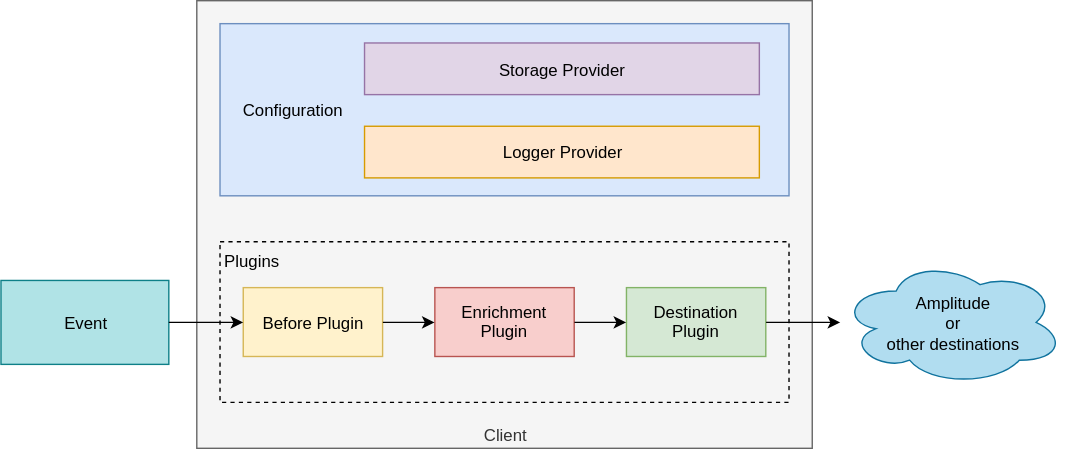
This is docs/assets/images/data-next-gen-sdk-architecture.drawio.svg from Amplitude-Developer-Docs/amplitude-dev-center, a draw.io export, as it was before one commit. Source tidied: cells renumbered, new cells last; positions are measured from the earlier drawing's top-left corner, leaving out a move shared by most shapes.
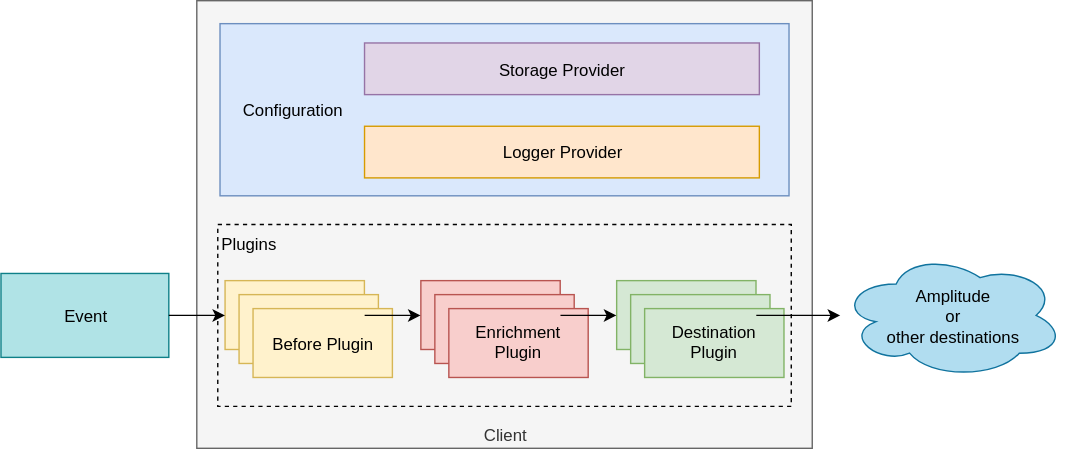
Above is the later version.

Commit message:
multiple plugins in diagram

The edit, as a diff of the source:
```diff
@@ -2,53 +2,77 @@
   <root>
     <mxCell id="0" />
     <mxCell id="1" parent="0" />
-    <mxCell id="2" style="group;" parent="1" vertex="1">
-      <mxGeometry width="760" height="320" as="geometry" />
-    </mxCell>
-    <mxCell id="3" value="Event" style="rounded=0;whiteSpace=wrap;html=1;fillColor=#b0e3e6;align=center;strokeColor=#0e8088;" parent="2" vertex="1">
-      <mxGeometry y="200" width="120" height="60" as="geometry" />
+    <mxCell id="3" value="Event" style="rounded=0;whiteSpace=wrap;html=1;fillColor=#b0e3e6;align=center;strokeColor=#0e8088;" parent="1" vertex="1">
+      <mxGeometry y="195" width="120" height="60" as="geometry" />
     </mxCell>
-    <mxCell id="4" value="Amplitude&lt;br&gt;or&lt;br&gt;other destinations" style="ellipse;shape=cloud;whiteSpace=wrap;html=1;fillColor=#b1ddf0;align=center;strokeColor=#10739e;" parent="2" vertex="1">
-      <mxGeometry x="600" y="185" width="160" height="90" as="geometry" />
+    <mxCell id="4" value="Amplitude&lt;br&gt;or&lt;br&gt;other destinations" style="ellipse;shape=cloud;whiteSpace=wrap;html=1;fillColor=#b1ddf0;align=center;strokeColor=#10739e;" parent="1" vertex="1">
+      <mxGeometry x="600" y="180" width="160" height="90" as="geometry" />
     </mxCell>
-    <mxCell id="5" style="group;" parent="2" vertex="1">
-      <mxGeometry x="140" width="440" height="320" as="geometry" />
-    </mxCell>
-    <mxCell id="6" value="Client" style="rounded=0;whiteSpace=wrap;html=1;fillColor=#f5f5f5;strokeColor=#666666;fontColor=#333333;verticalAlign=bottom;" parent="5" vertex="1">
-      <mxGeometry width="440" height="320" as="geometry" />
+    <mxCell id="6" value="Client" style="rounded=0;whiteSpace=wrap;html=1;fillColor=#f5f5f5;strokeColor=#666666;fontColor=#333333;verticalAlign=bottom;" parent="1" vertex="1">
+      <mxGeometry x="140" width="440" height="320" as="geometry" />
     </mxCell>
-    <mxCell id="7" value="&amp;nbsp; &amp;nbsp; Configuration" style="rounded=0;whiteSpace=wrap;html=1;fillColor=#dae8fc;strokeColor=#6c8ebf;verticalAlign=middle;align=left;" parent="5" vertex="1">
-      <mxGeometry x="16.6" y="16.4" width="406.8" height="123.1" as="geometry" />
+    <mxCell id="7" value="&amp;nbsp; &amp;nbsp; Configuration" style="rounded=0;whiteSpace=wrap;html=1;fillColor=#dae8fc;strokeColor=#6c8ebf;verticalAlign=middle;align=left;" parent="1" vertex="1">
+      <mxGeometry x="156.6" y="16.4" width="406.8" height="123.1" as="geometry" />
     </mxCell>
-    <mxCell id="8" value="Storage Provider" style="rounded=0;whiteSpace=wrap;html=1;fillColor=#e1d5e7;align=center;strokeColor=#9673a6;" parent="5" vertex="1">
-      <mxGeometry x="119.9" y="30.2" width="282.3" height="36.9" as="geometry" />
+    <mxCell id="8" value="Storage Provider" style="rounded=0;whiteSpace=wrap;html=1;fillColor=#e1d5e7;align=center;strokeColor=#9673a6;" parent="1" vertex="1">
+      <mxGeometry x="259.9" y="30.2" width="282.3" height="36.9" as="geometry" />
     </mxCell>
-    <mxCell id="9" value="Logger Provider" style="rounded=0;whiteSpace=wrap;html=1;fillColor=#ffe6cc;align=center;strokeColor=#d79b00;" parent="5" vertex="1">
-      <mxGeometry x="119.9" y="89.8" width="282.3" height="36.9" as="geometry" />
+    <mxCell id="9" value="Logger Provider" style="rounded=0;whiteSpace=wrap;html=1;fillColor=#ffe6cc;align=center;strokeColor=#d79b00;" parent="1" vertex="1">
+      <mxGeometry x="259.9" y="89.8" width="282.3" height="36.9" as="geometry" />
     </mxCell>
-    <mxCell id="10" value="Plugins" style="rounded=0;whiteSpace=wrap;html=1;align=left;gradientColor=none;fillColor=none;dashed=1;verticalAlign=top;" parent="5" vertex="1">
-      <mxGeometry x="16.6" y="172.3" width="406.8" height="114.9" as="geometry" />
+    <mxCell id="10" value="Plugins" style="rounded=0;whiteSpace=wrap;html=1;align=left;gradientColor=none;fillColor=none;dashed=1;verticalAlign=top;" parent="1" vertex="1">
+      <mxGeometry x="155" y="160" width="410" height="130" as="geometry" />
     </mxCell>
+    <mxCell id="18" style="group;" parent="1" vertex="1">
+      <mxGeometry x="160.2" y="200.1" width="399.6" height="69.2" as="geometry" />
+    </mxCell>
+    <mxCell id="19" style="group;" parent="18" vertex="1">
+      <mxGeometry width="119.6" height="69.2" as="geometry" />
+    </mxCell>
-    <mxCell id="11" value="Before Plugin" style="rounded=0;whiteSpace=wrap;html=1;align=center;fillColor=#fff2cc;strokeColor=#d6b656;" parent="5" vertex="1">
-      <mxGeometry x="33.2" y="205.1" width="99.6" height="49.2" as="geometry" />
+    <mxCell id="11" value="Before Plugin" style="rounded=0;whiteSpace=wrap;html=1;align=center;fillColor=#fff2cc;strokeColor=#d6b656;" parent="19" vertex="1">
+      <mxGeometry width="99.6" height="49.2" as="geometry" />
     </mxCell>
+    <mxCell id="2" value="Before Plugin" style="rounded=0;whiteSpace=wrap;html=1;align=center;fillColor=#fff2cc;strokeColor=#d6b656;" parent="19" vertex="1">
+      <mxGeometry x="10" y="10" width="99.6" height="49.2" as="geometry" />
+    </mxCell>
+    <mxCell id="20" value="Before Plugin" style="rounded=0;whiteSpace=wrap;html=1;align=center;fillColor=#fff2cc;strokeColor=#d6b656;" parent="19" vertex="1">
+      <mxGeometry x="20" y="20" width="99.6" height="49.2" as="geometry" />
+    </mxCell>
+    <mxCell id="21" style="group;" parent="18" vertex="1">
+      <mxGeometry x="140" width="119.6" height="69.2" as="geometry" />
+    </mxCell>
-    <mxCell id="12" value="Enrichment Plugin" style="rounded=0;whiteSpace=wrap;html=1;align=center;fillColor=#f8cecc;strokeColor=#b85450;" parent="5" vertex="1">
-      <mxGeometry x="170.2" y="205.1" width="99.6" height="49.2" as="geometry" />
+    <mxCell id="12" value="Enrichment Plugin" style="rounded=0;whiteSpace=wrap;html=1;align=center;fillColor=#f8cecc;strokeColor=#b85450;" parent="21" vertex="1">
+      <mxGeometry width="99.6" height="49.2" as="geometry" />
     </mxCell>
+    <mxCell id="22" value="Enrichment Plugin" style="rounded=0;whiteSpace=wrap;html=1;align=center;fillColor=#f8cecc;strokeColor=#b85450;" parent="21" vertex="1">
+      <mxGeometry x="10" y="10" width="99.6" height="49.2" as="geometry" />
+    </mxCell>
+    <mxCell id="23" value="Enrichment Plugin" style="rounded=0;whiteSpace=wrap;html=1;align=center;fillColor=#f8cecc;strokeColor=#b85450;" parent="21" vertex="1">
+      <mxGeometry x="20" y="20" width="99.6" height="49.2" as="geometry" />
+    </mxCell>
+    <mxCell id="24" style="group;" parent="18" vertex="1">
+      <mxGeometry x="280" width="119.6" height="69.2" as="geometry" />
+    </mxCell>
+    <mxCell id="14" value="Destination Plugin" style="rounded=0;whiteSpace=wrap;html=1;align=center;fillColor=#d5e8d4;strokeColor=#82b366;" parent="24" vertex="1">
+      <mxGeometry width="99.6" height="49.2" as="geometry" />
+    </mxCell>
+    <mxCell id="25" value="Destination Plugin" style="rounded=0;whiteSpace=wrap;html=1;align=center;fillColor=#d5e8d4;strokeColor=#82b366;" parent="24" vertex="1">
+      <mxGeometry x="10" y="10" width="99.6" height="49.2" as="geometry" />
+    </mxCell>
+    <mxCell id="26" value="Destination Plugin" style="rounded=0;whiteSpace=wrap;html=1;align=center;fillColor=#d5e8d4;strokeColor=#82b366;" parent="24" vertex="1">
+      <mxGeometry x="20" y="20" width="99.6" height="49.2" as="geometry" />
+    </mxCell>
-    <mxCell id="13" style="edgeStyle=orthogonalEdgeStyle;rounded=0;jettySize=auto;html=1;exitX=1;exitY=0.5;exitDx=0;exitDy=0;entryX=0;entryY=0.5;entryDx=0;entryDy=0;" parent="5" edge="1" source="11" target="12">
+    <mxCell id="13" style="edgeStyle=orthogonalEdgeStyle;rounded=0;jettySize=auto;html=1;exitX=1;exitY=0.5;exitDx=0;exitDy=0;entryX=0;entryY=0.5;entryDx=0;entryDy=0;" parent="18" edge="1" source="11" target="12">
       <mxGeometry relative="1" as="geometry" />
     </mxCell>
-    <mxCell id="14" value="Destination Plugin" style="rounded=0;whiteSpace=wrap;html=1;align=center;fillColor=#d5e8d4;strokeColor=#82b366;" parent="5" vertex="1">
-      <mxGeometry x="307.2" y="205.1" width="99.6" height="49.2" as="geometry" />
-    </mxCell>
-    <mxCell id="15" style="edgeStyle=orthogonalEdgeStyle;rounded=0;jettySize=auto;html=1;exitX=1;exitY=0.5;exitDx=0;exitDy=0;entryX=0;entryY=0.5;entryDx=0;entryDy=0;" parent="5" edge="1" source="12" target="14">
+    <mxCell id="15" style="edgeStyle=orthogonalEdgeStyle;rounded=0;jettySize=auto;html=1;exitX=1;exitY=0.5;exitDx=0;exitDy=0;entryX=0;entryY=0.5;entryDx=0;entryDy=0;" parent="18" edge="1" source="12" target="14">
       <mxGeometry relative="1" as="geometry" />
     </mxCell>
+    <mxCell id="17" style="edgeStyle=orthogonalEdgeStyle;rounded=0;jettySize=auto;html=1;exitX=1;exitY=0.5;exitDx=0;exitDy=0;" parent="1" edge="1" source="14" target="4">
+      <mxGeometry relative="1" as="geometry" />
+    </mxCell>
-    <mxCell id="16" style="edgeStyle=orthogonalEdgeStyle;rounded=0;jettySize=auto;html=1;exitX=1;exitY=0.5;exitDx=0;exitDy=0;" parent="2" edge="1" source="3" target="11">
+    <mxCell id="16" style="edgeStyle=orthogonalEdgeStyle;rounded=0;jettySize=auto;html=1;exitX=1;exitY=0.5;exitDx=0;exitDy=0;" parent="1" edge="1" source="3" target="11">
       <mxGeometry relative="1" as="geometry" />
     </mxCell>
-    <mxCell id="17" style="edgeStyle=orthogonalEdgeStyle;rounded=0;jettySize=auto;html=1;exitX=1;exitY=0.5;exitDx=0;exitDy=0;" parent="2" edge="1" source="14" target="4">
-      <mxGeometry relative="1" as="geometry" />
-    </mxCell>
   </root>
 </mxGraphModel>
```
